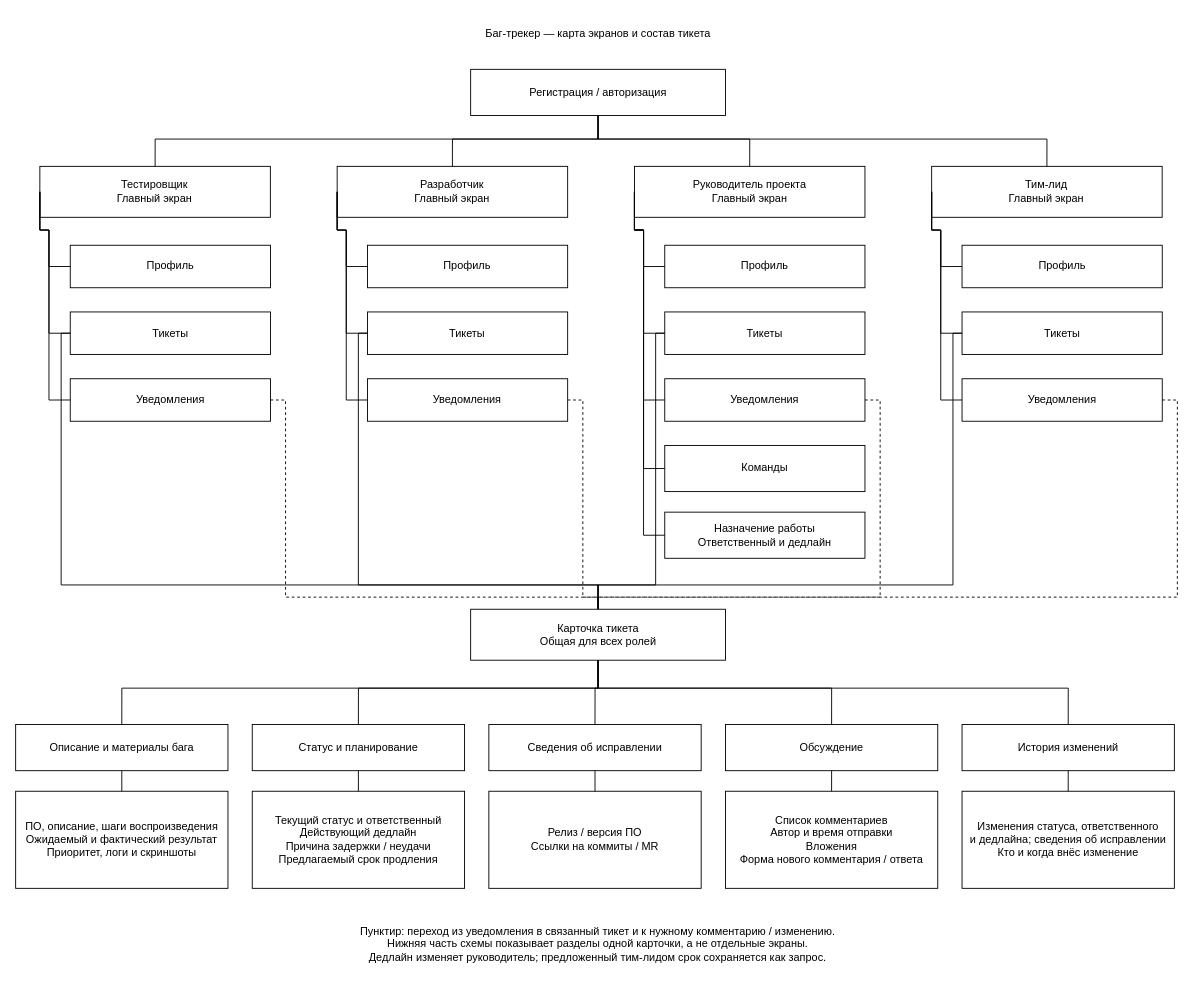
Earlier version of the draw.io diagram Информационная архитектура.drawio (PrinceOfRaven/Bag-report-system). Source tidied: cells renumbered, new cells numbered last; positions are measured from the earlier drawing's top-left corner, leaving out a move shared by most shapes. Both pictures are drawn from the tidied source at 91%, with x=0, y=0 at pixel (15, 15).
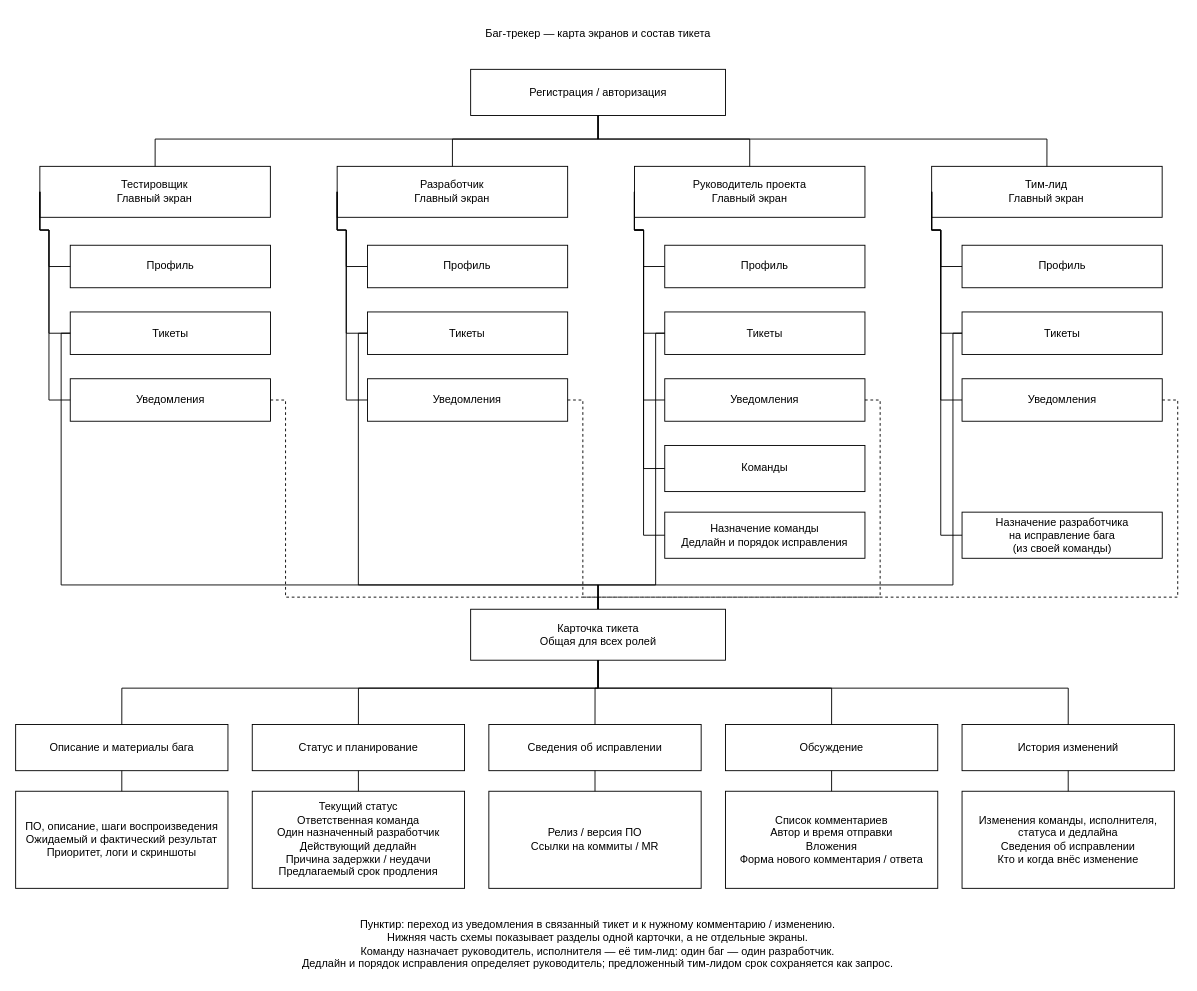
The same diagram, later.

Commit message (it also covers changes not shown here):
тим лид назначает разраба из своей команды на конкретный баг-репорт

The change refers to these unchanged cells:
```xml
<mxCell id="34" value="Тим-лид&lt;br&gt;Главный экран" style="html=1;whiteSpace=wrap;" parent="1" vertex="1">
  <mxGeometry x="1006.3" y="165.3" width="253.3" height="56" as="geometry" />
</mxCell>
<mxCell id="40" value="Уведомления" style="html=1;whiteSpace=wrap;" parent="1" vertex="1">
  <mxGeometry x="1039.7" y="398.7" width="220" height="46.7" as="geometry" />
</mxCell>
<mxCell id="48" value="Карточка тикета&lt;br&gt;Общая для всех ролей" style="html=1;whiteSpace=wrap;" parent="1" vertex="1">
  <mxGeometry x="499.7" y="652" width="280" height="56" as="geometry" />
</mxCell>
```

Diff of the diagram source:
```diff
@@
     <mxCell id="42" style="endArrow=none;html=1;rounded=0;edgeStyle=orthogonalEdgeStyle;exitX=1;exitY=0.5;entryX=0.5;entryY=0;dashed=1;" parent="1" edge="1" source="40" target="48">
       <mxGeometry relative="1" as="geometry">
         <Array as="points">
-          <mxPoint x="1276.3" y="422" />
-          <mxPoint x="1276.3" y="638.7" />
-          <mxPoint x="639.7" y="638.7" />
+          <mxPoint x="1276.7" y="422" />
+          <mxPoint x="1276.7" y="638.7" />
+          <mxPoint x="640" y="638.7" />
         </Array>
       </mxGeometry>
     </mxCell>
@@
-    <mxCell id="46" value="Назначение работы&lt;br&gt;Ответственный и дедлайн" style="html=1;whiteSpace=wrap;" parent="1" vertex="1">
+    <mxCell id="46" value="Назначение команды&lt;br&gt;Дедлайн и порядок исправления" style="html=1;whiteSpace=wrap;" parent="1" vertex="1">
       <mxGeometry x="713" y="545.3" width="220" height="50.7" as="geometry" />
     </mxCell>
@@
-    <mxCell id="55" value="Текущий статус и ответственный&lt;br&gt;Действующий дедлайн&lt;br&gt;Причина задержки / неудачи&lt;br&gt;Предлагаемый срок продления" style="html=1;whiteSpace=wrap;" parent="1" vertex="1">
+    <mxCell id="55" value="Текущий статус&lt;br&gt;Ответственная команда&lt;br&gt;Один назначенный разработчик&lt;br&gt;Действующий дедлайн&lt;br&gt;Причина задержки / неудачи&lt;br&gt;Предлагаемый срок продления" style="html=1;whiteSpace=wrap;" parent="1" vertex="1">
       <mxGeometry x="259.7" y="852" width="233.3" height="106.7" as="geometry" />
     </mxCell>
@@
-    <mxCell id="67" value="Изменения статуса, ответственного&lt;br&gt;и дедлайна; сведения об исправлении&lt;br&gt;Кто и когда внёс изменение" style="html=1;whiteSpace=wrap;" parent="1" vertex="1">
+    <mxCell id="67" value="Изменения команды, исполнителя,&lt;br&gt;статуса и дедлайна&lt;br&gt;Сведения об исправлении&lt;br&gt;Кто и когда внёс изменение" style="html=1;whiteSpace=wrap;" parent="1" vertex="1">
       <mxGeometry x="1039.7" y="852" width="233.3" height="106.7" as="geometry" />
     </mxCell>
@@
-    <mxCell id="69" value="Пунктир: переход из уведомления в связанный тикет и к нужному комментарию / изменению.&lt;br&gt;Нижняя часть схемы показывает разделы одной карточки, а не отдельные экраны.&lt;br&gt;Дедлайн изменяет руководитель; предложенный тим-лидом срок сохраняется как запрос." style="text;html=1;whiteSpace=wrap;align=center;verticalAlign=middle;" parent="1" vertex="1">
+    <mxCell id="69" value="Пунктир: переход из уведомления в связанный тикет и к нужному комментарию / изменению.&lt;br&gt;Нижняя часть схемы показывает разделы одной карточки, а не отдельные экраны.&lt;br&gt;Команду назначает руководитель, исполнителя — её тим-лид: один баг — один разработчик.&lt;br&gt;Дедлайн и порядок исправления определяет руководитель; предложенный тим-лидом срок сохраняется как запрос." style="text;html=1;whiteSpace=wrap;align=center;verticalAlign=middle;" parent="1" vertex="1">
       <mxGeometry x="93" y="985.3" width="1093.3" height="69.3" as="geometry" />
     </mxCell>
+    <mxCell id="70" value="Назначение разработчика&lt;br&gt;на исправление бага&lt;br&gt;(из своей команды)" style="html=1;whiteSpace=wrap;" parent="1" vertex="1">
+      <mxGeometry x="1039.7" y="545.3" width="220" height="50.7" as="geometry" />
+    </mxCell>
+    <mxCell id="71" style="endArrow=none;html=1;rounded=0;edgeStyle=orthogonalEdgeStyle;exitX=0;exitY=0.5;entryX=0;entryY=0.5;" parent="1" edge="1" source="34" target="70">
+      <mxGeometry relative="1" as="geometry">
+        <Array as="points">
+          <mxPoint x="1016.3" y="235.3" />
+          <mxPoint x="1016.3" y="570.7" />
+        </Array>
+      </mxGeometry>
+    </mxCell>
```
